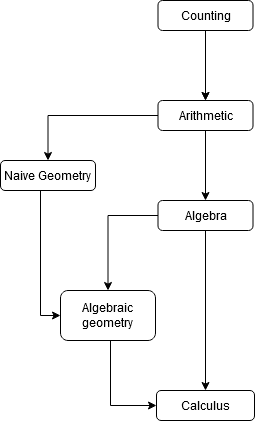
Before: folder/Knowledge tech tree.png, a diagram exported from draw.io (MangledPotat0/knowledge_tech_tree). Source tidied: cells renumbered, new cells last; positions are measured from the earlier drawing's top-left corner, leaving out a move shared by most shapes.
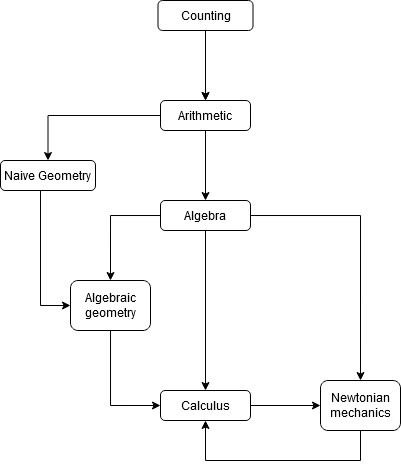
Above is the later version.

What changed in the source:
```diff
@@ -17,7 +17,7 @@
       <mxGeometry x="157.5" width="95" height="30" as="geometry" />
     </mxCell>
     <mxCell id="5" value="&lt;div&gt;Arithmetic&lt;/div&gt;" style="rounded=1;whiteSpace=wrap;html=1;" parent="1" vertex="1">
-      <mxGeometry x="157.5" y="100" width="95" height="30" as="geometry" />
+      <mxGeometry x="160" y="100" width="90" height="30" as="geometry" />
     </mxCell>
     <mxCell id="6" style="edgeStyle=orthogonalEdgeStyle;rounded=0;orthogonalLoop=1;jettySize=auto;html=1;" parent="1" edge="1">
       <mxGeometry relative="1" as="geometry">
@@ -28,8 +28,11 @@
     <mxCell id="7" style="edgeStyle=orthogonalEdgeStyle;rounded=0;jettySize=auto;html=1;entryX=0.5;entryY=0;entryDx=0;entryDy=0;" parent="1" edge="1" source="8" target="13">
       <mxGeometry relative="1" as="geometry" />
     </mxCell>
+    <mxCell id="16" style="edgeStyle=orthogonalEdgeStyle;rounded=0;jettySize=auto;html=1;entryX=0.5;entryY=0;entryDx=0;entryDy=0;" parent="1" edge="1" source="8" target="19">
+      <mxGeometry relative="1" as="geometry" />
+    </mxCell>
     <mxCell id="8" value="&lt;div&gt;Algebra&lt;/div&gt;" style="rounded=1;whiteSpace=wrap;html=1;" parent="1" vertex="1">
-      <mxGeometry x="157.5" y="200" width="95" height="30" as="geometry" />
+      <mxGeometry x="160" y="200" width="90" height="30" as="geometry" />
     </mxCell>
     <mxCell id="9" style="edgeStyle=orthogonalEdgeStyle;rounded=0;jettySize=auto;html=1;exitX=0;exitY=0.5;exitDx=0;exitDy=0;" parent="1" edge="1" source="5">
       <mxGeometry relative="1" as="geometry">
@@ -44,7 +47,7 @@
         <mxPoint x="47" y="190" as="sourcePoint" />
         <Array as="points">
           <mxPoint x="40" y="190" />
-          <mxPoint x="40" y="315" />
+          <mxPoint x="40" y="305" />
         </Array>
       </mxGeometry>
     </mxCell>
@@ -56,13 +59,27 @@
       </mxGeometry>
     </mxCell>
     <mxCell id="13" value="Algebraic geometry" style="rounded=1;whiteSpace=wrap;html=1;" parent="1" vertex="1">
-      <mxGeometry x="60" y="290" width="95" height="50" as="geometry" />
+      <mxGeometry x="70" y="280" width="80" height="50" as="geometry" />
     </mxCell>
     <mxCell id="14" style="edgeStyle=orthogonalEdgeStyle;rounded=0;jettySize=auto;html=1;exitX=0.5;exitY=1;exitDx=0;exitDy=0;entryX=0.5;entryY=0;entryDx=0;entryDy=0;" parent="1" edge="1" source="8" target="15">
       <mxGeometry relative="1" as="geometry" />
     </mxCell>
+    <mxCell id="17" style="edgeStyle=orthogonalEdgeStyle;rounded=0;jettySize=auto;html=1;entryX=0;entryY=0.5;entryDx=0;entryDy=0;" parent="1" edge="1" source="15" target="19">
+      <mxGeometry relative="1" as="geometry" />
+    </mxCell>
     <mxCell id="15" value="Calculus" style="rounded=1;whiteSpace=wrap;html=1;" parent="1" vertex="1">
-      <mxGeometry x="156" y="390" width="98" height="30" as="geometry" />
+      <mxGeometry x="160" y="390" width="90" height="30" as="geometry" />
     </mxCell>
+    <mxCell id="18" style="edgeStyle=orthogonalEdgeStyle;rounded=0;jettySize=auto;html=1;entryX=0.5;entryY=1;entryDx=0;entryDy=0;exitX=0.5;exitY=1;exitDx=0;exitDy=0;" parent="1" edge="1" source="19" target="15">
+      <mxGeometry relative="1" as="geometry">
+        <Array as="points">
+          <mxPoint x="360" y="460" />
+          <mxPoint x="205" y="460" />
+        </Array>
+      </mxGeometry>
+    </mxCell>
+    <mxCell id="19" value="Newtonian mechanics" style="rounded=1;whiteSpace=wrap;html=1;" parent="1" vertex="1">
+      <mxGeometry x="320" y="380" width="80" height="50" as="geometry" />
+    </mxCell>
   </root>
 </mxGraphModel>
```
